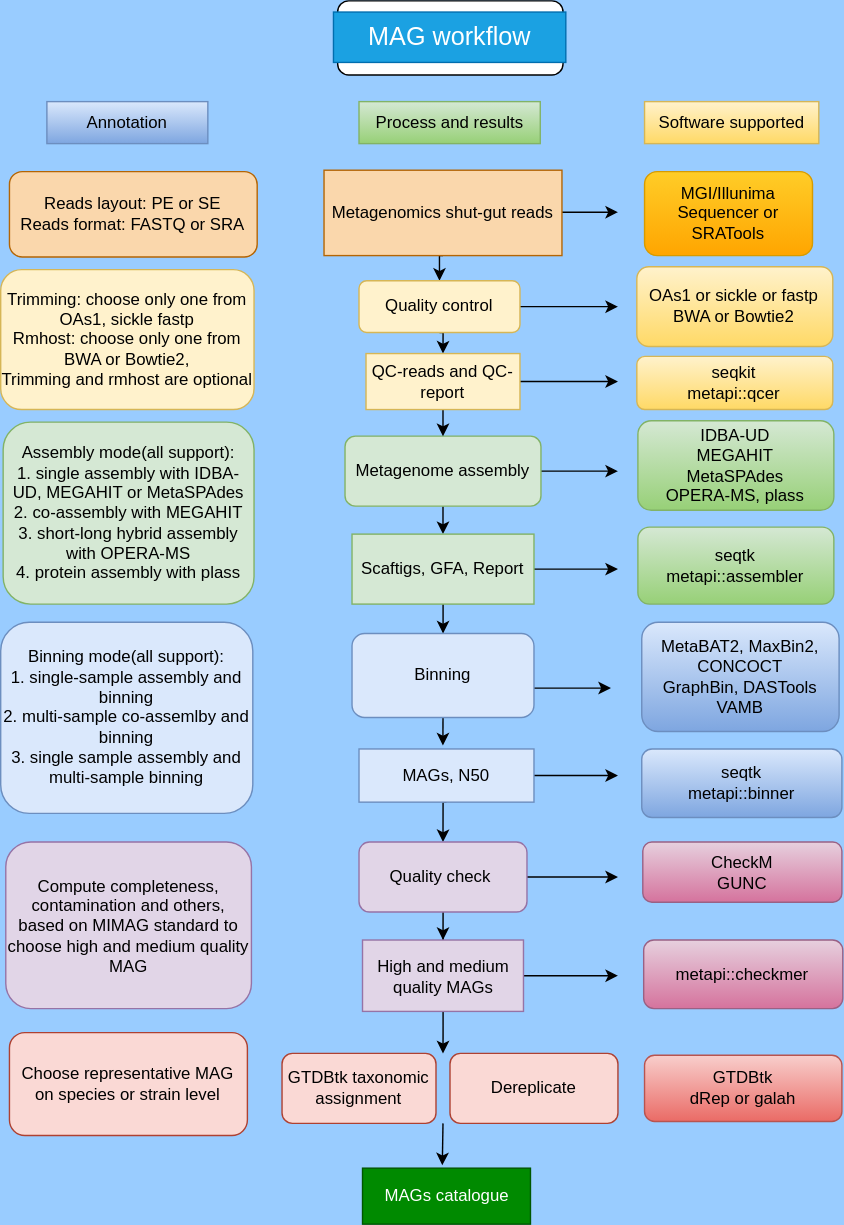
ohmeta/metapi keeps this draw.io diagram as docs/mag_workflow.svg. Above is the earlier version. Source tidied: cells renumbered, new cells last; positions are measured from the earlier drawing's top-left corner, leaving out a move shared by most shapes. Source of this version:
```xml
<mxGraphModel background="#99CCFF">
  <root>
    <mxCell id="0" />
    <mxCell id="1" parent="0" />
    <mxCell id="2" style="edgeStyle=orthogonalEdgeStyle;rounded=0;jettySize=auto;html=1;" parent="1" edge="1" source="4">
      <mxGeometry relative="1" as="geometry">
        <mxPoint x="441" y="336" as="targetPoint" />
      </mxGeometry>
    </mxCell>
    <mxCell id="3" style="edgeStyle=orthogonalEdgeStyle;rounded=0;jettySize=auto;html=1;exitX=0.5;exitY=1;exitDx=0;exitDy=0;entryX=0.5;entryY=0;entryDx=0;entryDy=0;" parent="1" edge="1" source="4" target="7">
      <mxGeometry relative="1" as="geometry" />
    </mxCell>
    <mxCell id="4" value="Metagenome assembly" style="rounded=1;whiteSpace=wrap;html=1;fillColor=#d5e8d4;strokeColor=#82b366;" parent="1" vertex="1">
      <mxGeometry x="246" y="311" width="140" height="50" as="geometry" />
    </mxCell>
    <mxCell id="5" style="edgeStyle=orthogonalEdgeStyle;rounded=0;jettySize=auto;html=1;" parent="1" edge="1" source="7" target="10">
      <mxGeometry relative="1" as="geometry" />
    </mxCell>
    <mxCell id="6" style="edgeStyle=orthogonalEdgeStyle;rounded=0;jettySize=auto;html=1;" parent="1" edge="1" source="7">
      <mxGeometry relative="1" as="geometry">
        <mxPoint x="441" y="406" as="targetPoint" />
      </mxGeometry>
    </mxCell>
    <mxCell id="7" value="Scaftigs, GFA, Report" style="rounded=0;whiteSpace=wrap;html=1;fillColor=#d5e8d4;strokeColor=#82b366;" parent="1" vertex="1">
      <mxGeometry x="251" y="381" width="130" height="50" as="geometry" />
    </mxCell>
    <mxCell id="8" style="edgeStyle=orthogonalEdgeStyle;rounded=0;orthogonalLoop=1;jettySize=auto;html=1;" parent="1" edge="1">
      <mxGeometry relative="1" as="geometry">
        <mxPoint x="381" y="491" as="sourcePoint" />
        <mxPoint x="436" y="491" as="targetPoint" />
      </mxGeometry>
    </mxCell>
    <mxCell id="9" style="edgeStyle=orthogonalEdgeStyle;rounded=0;jettySize=auto;html=1;exitX=0.5;exitY=1;exitDx=0;exitDy=0;" parent="1" edge="1" source="10">
      <mxGeometry relative="1" as="geometry">
        <mxPoint x="315.9" y="532" as="targetPoint" />
      </mxGeometry>
    </mxCell>
    <mxCell id="10" value="Binning" style="rounded=1;whiteSpace=wrap;html=1;fillColor=#dae8fc;strokeColor=#6c8ebf;" parent="1" vertex="1">
      <mxGeometry x="251" y="452" width="130" height="60" as="geometry" />
    </mxCell>
    <mxCell id="11" style="edgeStyle=orthogonalEdgeStyle;rounded=0;jettySize=auto;html=1;" parent="1" edge="1" source="13">
      <mxGeometry relative="1" as="geometry">
        <mxPoint x="441" y="553.5" as="targetPoint" />
      </mxGeometry>
    </mxCell>
    <mxCell id="12" style="edgeStyle=orthogonalEdgeStyle;rounded=0;jettySize=auto;html=1;exitX=0.5;exitY=1;exitDx=0;exitDy=0;entryX=0.5;entryY=0;entryDx=0;entryDy=0;" parent="1" edge="1" source="13" target="16">
      <mxGeometry relative="1" as="geometry" />
    </mxCell>
    <mxCell id="13" value="MAGs, N50" style="rounded=0;whiteSpace=wrap;html=1;fillColor=#dae8fc;strokeColor=#6c8ebf;" parent="1" vertex="1">
      <mxGeometry x="256" y="534.5" width="125" height="38" as="geometry" />
    </mxCell>
    <mxCell id="14" style="edgeStyle=orthogonalEdgeStyle;rounded=0;jettySize=auto;html=1;entryX=0.5;entryY=0;entryDx=0;entryDy=0;" parent="1" edge="1" source="16" target="19">
      <mxGeometry relative="1" as="geometry" />
    </mxCell>
    <mxCell id="15" style="edgeStyle=orthogonalEdgeStyle;rounded=0;jettySize=auto;html=1;" parent="1" edge="1" source="16">
      <mxGeometry relative="1" as="geometry">
        <mxPoint x="441" y="626" as="targetPoint" />
      </mxGeometry>
    </mxCell>
    <mxCell id="16" value="Quality check&amp;nbsp;" style="rounded=1;whiteSpace=wrap;html=1;fillColor=#e1d5e7;strokeColor=#9673a6;" parent="1" vertex="1">
      <mxGeometry x="256" y="601" width="120" height="50" as="geometry" />
    </mxCell>
    <mxCell id="17" style="edgeStyle=orthogonalEdgeStyle;rounded=0;jettySize=auto;html=1;" parent="1" edge="1" source="19">
      <mxGeometry relative="1" as="geometry">
        <mxPoint x="316" y="752" as="targetPoint" />
      </mxGeometry>
    </mxCell>
    <mxCell id="18" style="edgeStyle=orthogonalEdgeStyle;rounded=0;jettySize=auto;html=1;" parent="1" edge="1" source="19">
      <mxGeometry relative="1" as="geometry">
        <mxPoint x="441" y="696.5" as="targetPoint" />
      </mxGeometry>
    </mxCell>
    <mxCell id="19" value="High and medium quality MAGs" style="rounded=0;whiteSpace=wrap;html=1;fillColor=#e1d5e7;strokeColor=#9673a6;" parent="1" vertex="1">
      <mxGeometry x="258.5" y="671" width="115" height="51" as="geometry" />
    </mxCell>
    <mxCell id="20" style="edgeStyle=orthogonalEdgeStyle;rounded=0;orthogonalLoop=1;jettySize=auto;html=1;" parent="1" edge="1">
      <mxGeometry relative="1" as="geometry">
        <mxPoint x="391" y="151" as="sourcePoint" />
        <mxPoint x="441" y="151" as="targetPoint" />
      </mxGeometry>
    </mxCell>
    <mxCell id="21" style="edgeStyle=orthogonalEdgeStyle;rounded=0;jettySize=auto;html=1;exitX=0.5;exitY=1;exitDx=0;exitDy=0;entryX=0.5;entryY=0;entryDx=0;entryDy=0;" parent="1" edge="1" source="22" target="25">
      <mxGeometry relative="1" as="geometry" />
    </mxCell>
    <mxCell id="22" value="Metagenomics shut-gut reads" style="rounded=0;whiteSpace=wrap;html=1;fillColor=#fad7ac;strokeColor=#b46504;" parent="1" vertex="1">
      <mxGeometry x="231" y="121" width="170" height="61" as="geometry" />
    </mxCell>
    <mxCell id="23" style="edgeStyle=orthogonalEdgeStyle;rounded=0;jettySize=auto;html=1;" parent="1" edge="1" source="25">
      <mxGeometry relative="1" as="geometry">
        <mxPoint x="441" y="218.5" as="targetPoint" />
      </mxGeometry>
    </mxCell>
    <mxCell id="24" style="edgeStyle=orthogonalEdgeStyle;rounded=0;jettySize=auto;html=1;exitX=0.5;exitY=1;exitDx=0;exitDy=0;entryX=0.5;entryY=0;entryDx=0;entryDy=0;" parent="1" edge="1" source="25" target="37">
      <mxGeometry relative="1" as="geometry" />
    </mxCell>
    <mxCell id="25" value="Quality control" style="rounded=1;whiteSpace=wrap;html=1;fillColor=#fff2cc;strokeColor=#d6b656;" parent="1" vertex="1">
      <mxGeometry x="256" y="200" width="115" height="37" as="geometry" />
    </mxCell>
    <mxCell id="26" value="&lt;font face=&quot;helvetica&quot;&gt;IDBA-UD&lt;br&gt;MEGAHIT&lt;br&gt;MetaSPAdes&lt;br&gt;OPERA-MS, plass&lt;br&gt;&lt;/font&gt;" style="rounded=1;whiteSpace=wrap;html=1;fillColor=#d5e8d4;strokeColor=#82b366;gradientColor=#97d077;" parent="1" vertex="1">
      <mxGeometry x="455.2" y="300" width="140" height="64" as="geometry" />
    </mxCell>
    <mxCell id="27" value="MetaBAT2, MaxBin2, CONCOCT&lt;br&gt;GraphBin, DASTools&lt;br&gt;VAMB" style="rounded=1;whiteSpace=wrap;html=1;fillColor=#dae8fc;strokeColor=#6c8ebf;gradientColor=#7ea6e0;" parent="1" vertex="1">
      <mxGeometry x="458" y="444" width="141" height="78" as="geometry" />
    </mxCell>
    <mxCell id="28" value="OAs1 or sickle or fastp&lt;br&gt;BWA or Bowtie2" style="rounded=1;whiteSpace=wrap;html=1;fillColor=#fff2cc;strokeColor=#d6b656;gradientColor=#ffd966;" parent="1" vertex="1">
      <mxGeometry x="454.5" y="190" width="140" height="57" as="geometry" />
    </mxCell>
    <mxCell id="29" value="seqtk&lt;br&gt;metapi::assembler" style="rounded=1;whiteSpace=wrap;html=1;fillColor=#d5e8d4;strokeColor=#82b366;gradientColor=#97d077;" parent="1" vertex="1">
      <mxGeometry x="455.2" y="376" width="140" height="55" as="geometry" />
    </mxCell>
    <mxCell id="30" value="seqtk&lt;br&gt;metapi::binner" style="rounded=1;whiteSpace=wrap;html=1;fillColor=#dae8fc;strokeColor=#6c8ebf;gradientColor=#7ea6e0;" parent="1" vertex="1">
      <mxGeometry x="458" y="534.5" width="143" height="49" as="geometry" />
    </mxCell>
    <mxCell id="31" value="Dereplicate" style="rounded=1;whiteSpace=wrap;html=1;fillColor=#fad9d5;strokeColor=#ae4132;" parent="1" vertex="1">
      <mxGeometry x="321" y="752" width="120" height="50" as="geometry" />
    </mxCell>
    <mxCell id="32" value="GTDBtk&lt;br&gt;dRep or galah" style="rounded=1;whiteSpace=wrap;html=1;fillColor=#f8cecc;strokeColor=#b85450;gradientColor=#ea6b66;" parent="1" vertex="1">
      <mxGeometry x="460" y="753.4" width="141" height="47.2" as="geometry" />
    </mxCell>
    <mxCell id="33" value="CheckM&lt;br&gt;GUNC" style="whiteSpace=wrap;html=1;rounded=1;fillColor=#e6d0de;strokeColor=#996185;gradientColor=#d5739d;" parent="1" vertex="1">
      <mxGeometry x="458.8" y="601" width="142.2" height="43" as="geometry" />
    </mxCell>
    <mxCell id="34" value="GTDBtk taxonomic assignment" style="rounded=1;whiteSpace=wrap;html=1;fillColor=#fad9d5;strokeColor=#ae4132;" parent="1" vertex="1">
      <mxGeometry x="201" y="752" width="110" height="50" as="geometry" />
    </mxCell>
    <mxCell id="35" style="edgeStyle=orthogonalEdgeStyle;rounded=0;jettySize=auto;html=1;" parent="1" edge="1" source="37">
      <mxGeometry relative="1" as="geometry">
        <mxPoint x="441" y="272" as="targetPoint" />
      </mxGeometry>
    </mxCell>
    <mxCell id="36" style="edgeStyle=orthogonalEdgeStyle;rounded=0;jettySize=auto;html=1;exitX=0.5;exitY=1;exitDx=0;exitDy=0;entryX=0.5;entryY=0;entryDx=0;entryDy=0;" parent="1" edge="1" source="37" target="4">
      <mxGeometry relative="1" as="geometry" />
    </mxCell>
    <mxCell id="37" value="QC-reads and QC-report" style="rounded=0;whiteSpace=wrap;html=1;fillColor=#fff2cc;strokeColor=#d6b656;" parent="1" vertex="1">
      <mxGeometry x="261" y="252" width="110" height="40" as="geometry" />
    </mxCell>
    <mxCell id="38" value="Software supported" style="text;html=1;strokeColor=#d6b656;fillColor=#fff2cc;align=center;verticalAlign=middle;whiteSpace=wrap;rounded=0;gradientColor=#ffd966;" parent="1" vertex="1">
      <mxGeometry x="460" y="72" width="124.5" height="30" as="geometry" />
    </mxCell>
    <mxCell id="39" value="Process and results" style="text;html=1;strokeColor=#82b366;fillColor=#d5e8d4;align=center;verticalAlign=middle;whiteSpace=wrap;rounded=0;gradientColor=#97d077;" parent="1" vertex="1">
      <mxGeometry x="256" y="72" width="129.5" height="30" as="geometry" />
    </mxCell>
    <mxCell id="40" value="Annotation" style="text;html=1;strokeColor=#6c8ebf;fillColor=#dae8fc;align=center;verticalAlign=middle;whiteSpace=wrap;rounded=0;gradientColor=#7ea6e0;" parent="1" vertex="1">
      <mxGeometry x="33" y="72" width="115" height="30" as="geometry" />
    </mxCell>
    <mxCell id="41" value="Reads layout: PE or SE&lt;br&gt;Reads format: FASTQ or SRA" style="rounded=1;whiteSpace=wrap;html=1;fillColor=#fad7ac;strokeColor=#b46504;" parent="1" vertex="1">
      <mxGeometry x="6.2" y="122" width="177" height="61" as="geometry" />
    </mxCell>
    <mxCell id="42" value="Trimming: choose only one from OAs1, sickle fastp&lt;br&gt;Rmhost: choose only one from BWA or Bowtie2,&lt;br&gt;Trimming and rmhost are optional" style="rounded=1;whiteSpace=wrap;html=1;fillColor=#fff2cc;strokeColor=#d6b656;" parent="1" vertex="1">
      <mxGeometry y="192" width="181" height="100" as="geometry" />
    </mxCell>
    <mxCell id="43" value="MGI/Illunima Sequencer or SRATools" style="rounded=1;whiteSpace=wrap;html=1;fillColor=#ffcd28;strokeColor=#d79b00;gradientColor=#ffa500;" parent="1" vertex="1">
      <mxGeometry x="460" y="122" width="120" height="60" as="geometry" />
    </mxCell>
    <mxCell id="44" value="seqkit&lt;br&gt;metapi::qcer" style="rounded=1;whiteSpace=wrap;html=1;fillColor=#fff2cc;strokeColor=#d6b656;gradientColor=#ffd966;" parent="1" vertex="1">
      <mxGeometry x="454.5" y="254" width="140" height="38" as="geometry" />
    </mxCell>
    <mxCell id="45" value="Assembly mode(all support):&lt;br&gt;1. single assembly with IDBA-UD, MEGAHIT or MetaSPAdes&lt;br&gt;2. co-assembly with MEGAHIT&lt;br&gt;3. short-long hybrid assembly with OPERA-MS&lt;br&gt;4. protein assembly with plass" style="rounded=1;whiteSpace=wrap;html=1;fillColor=#d5e8d4;strokeColor=#82b366;" parent="1" vertex="1">
      <mxGeometry x="1.8" y="301" width="179.2" height="130" as="geometry" />
    </mxCell>
    <mxCell id="46" value="Binning mode(all support):&lt;br&gt;1. single-sample assembly and binning&lt;br&gt;2. multi-sample co-assemlby and binning&lt;br&gt;3. single sample assembly and multi-sample binning" style="rounded=1;whiteSpace=wrap;html=1;fillColor=#dae8fc;strokeColor=#6c8ebf;" parent="1" vertex="1">
      <mxGeometry y="444" width="180.1" height="136.5" as="geometry" />
    </mxCell>
    <mxCell id="47" value="Choose representative MAG on species or strain level" style="rounded=1;whiteSpace=wrap;html=1;fillColor=#fad9d5;strokeColor=#ae4132;" parent="1" vertex="1">
      <mxGeometry x="6.2" y="737.1" width="170" height="73.5" as="geometry" />
    </mxCell>
    <mxCell id="48" value="Compute completeness, contamination and others, based on MIMAG standard to choose high and medium quality MAG" style="rounded=1;whiteSpace=wrap;html=1;fillColor=#e1d5e7;strokeColor=#9673a6;" parent="1" vertex="1">
      <mxGeometry x="3.6" y="601" width="175.5" height="119" as="geometry" />
    </mxCell>
    <mxCell id="49" value="MAGs catalogue" style="rounded=0;whiteSpace=wrap;html=1;fillColor=#008a00;strokeColor=#005700;fontColor=#ffffff;" parent="1" vertex="1">
      <mxGeometry x="258.5" y="834" width="120" height="40" as="geometry" />
    </mxCell>
    <mxCell id="50" style="endArrow=classic;html=1;entryX=0.5;entryY=0;entryDx=0;entryDy=0;" parent="1" edge="1">
      <mxGeometry relative="1" as="geometry">
        <mxPoint x="316" y="802" as="sourcePoint" />
        <mxPoint x="315.5" y="832" as="targetPoint" />
      </mxGeometry>
    </mxCell>
    <mxCell id="51" style="rounded=1;whiteSpace=wrap;html=1;" parent="1" vertex="1">
      <mxGeometry x="240.8" width="161" height="53" as="geometry" />
    </mxCell>
    <mxCell id="52" value="&lt;font style=&quot;font-size: 18px&quot;&gt;MAG workflow&lt;/font&gt;" style="text;html=1;strokeColor=#006EAF;fillColor=#1ba1e2;align=center;verticalAlign=middle;whiteSpace=wrap;rounded=0;fontColor=#ffffff;" parent="1" vertex="1">
      <mxGeometry x="237.8" y="8" width="166" height="36" as="geometry" />
    </mxCell>
    <mxCell id="53" value="metapi::checkmer" style="rounded=1;whiteSpace=wrap;html=1;gradientColor=#d5739d;fillColor=#e6d0de;strokeColor=#996185;" parent="1" vertex="1">
      <mxGeometry x="459.4" y="671" width="142.2" height="49" as="geometry" />
    </mxCell>
  </root>
</mxGraphModel>
```
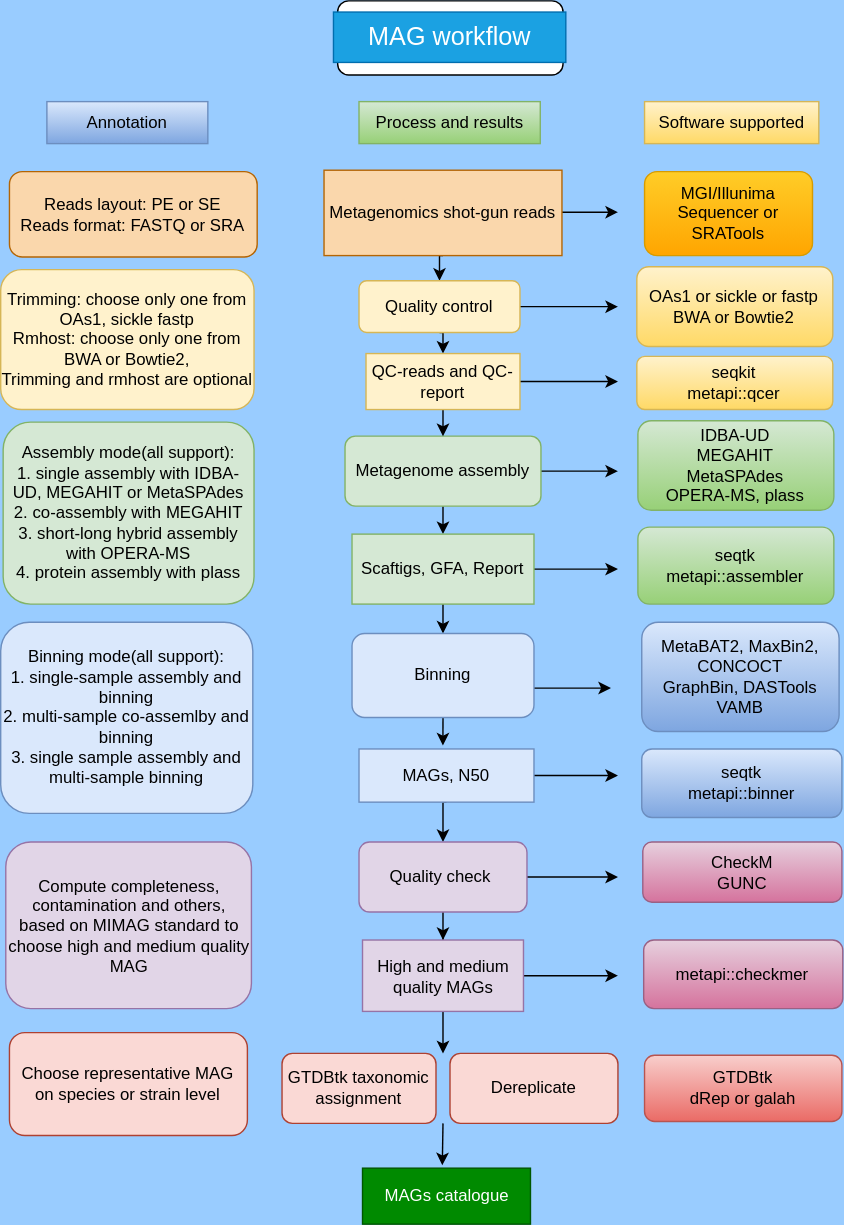
Later version of the same file.

The edit, as a diff of the source:
```diff
@@ -82,7 +82,7 @@
     <mxCell id="21" style="edgeStyle=orthogonalEdgeStyle;rounded=0;jettySize=auto;html=1;exitX=0.5;exitY=1;exitDx=0;exitDy=0;entryX=0.5;entryY=0;entryDx=0;entryDy=0;" parent="1" edge="1" source="22" target="25">
       <mxGeometry relative="1" as="geometry" />
     </mxCell>
-    <mxCell id="22" value="Metagenomics shut-gut reads" style="rounded=0;whiteSpace=wrap;html=1;fillColor=#fad7ac;strokeColor=#b46504;" parent="1" vertex="1">
+    <mxCell id="22" value="Metagenomics shot-gun reads" style="rounded=0;whiteSpace=wrap;html=1;fillColor=#fad7ac;strokeColor=#b46504;" parent="1" vertex="1">
       <mxGeometry x="231" y="121" width="170" height="61" as="geometry" />
     </mxCell>
     <mxCell id="23" style="edgeStyle=orthogonalEdgeStyle;rounded=0;jettySize=auto;html=1;" parent="1" edge="1" source="25">
```
